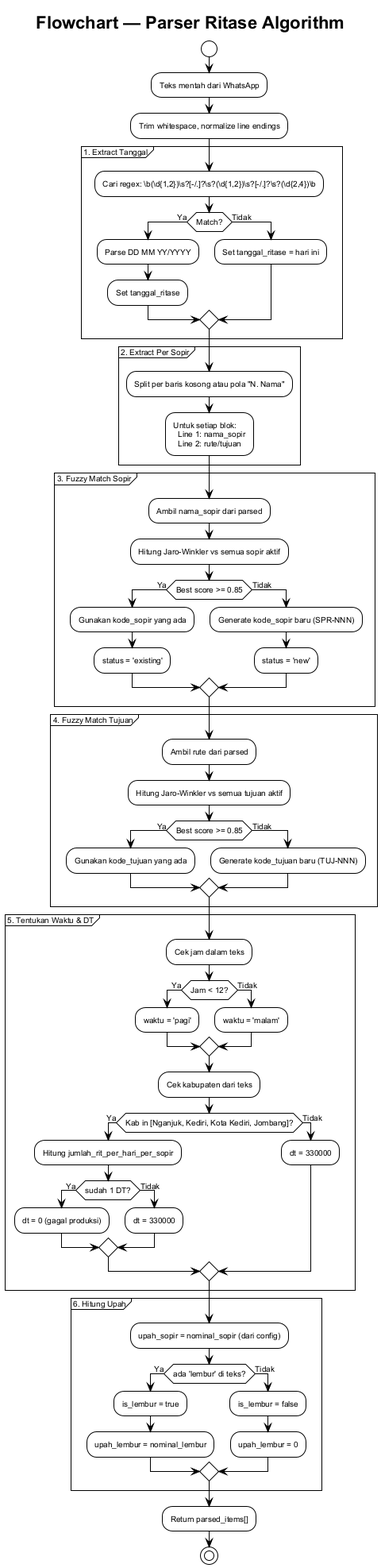
Earlier version of the PlantUML export diagrams/flowchart/flowchart-parser-ritase.png (riandafatur28/sidigas-gaji-sopir-truck). Source of this version:
```plantuml
@startuml flowchart-parser-ritase
!theme plain
skinparam backgroundColor #ffffff
skinparam defaultFontSize 10
skinparam defaultFontName Arial

title Flowchart — Parser Ritase Algorithm

start

:Teks mentah dari WhatsApp;
:Trim whitespace, normalize line endings;

partition "1. Extract Tanggal" {
  :Cari regex: \b(\d{1,2})\s?[-/.]?\s?(\d{1,2})\s?[-/.]?\s?(\d{2,4})\b;
  if (Match?) then (Ya)
    :Parse DD MM YY/YYYY;
    :Set tanggal_ritase;
  else (Tidak)
    :Set tanggal_ritase = hari ini;
  endif
}

partition "2. Extract Per Sopir" {
  :Split per baris kosong atau pola "N. Nama";
  :Untuk setiap blok:
    Line 1: nama_sopir
    Line 2: rute/tujuan;
}

partition "3. Fuzzy Match Sopir" {
  :Ambil nama_sopir dari parsed;
  :Hitung Jaro-Winkler vs semua sopir aktif;
  if (Best score >= 0.85) then (Ya)
    :Gunakan kode_sopir yang ada;
    :status = 'existing';
  else (Tidak)
    :Generate kode_sopir baru (SPR-NNN);
    :status = 'new';
  endif
}

partition "4. Fuzzy Match Tujuan" {
  :Ambil rute dari parsed;
  :Hitung Jaro-Winkler vs semua tujuan aktif;
  if (Best score >= 0.85) then (Ya)
    :Gunakan kode_tujuan yang ada;
  else (Tidak)
    :Generate kode_tujuan baru (TUJ-NNN);
  endif
}

partition "5. Tentukan Waktu & DT" {
  :Cek jam dalam teks;
  if (Jam < 12?) then (Ya)
    :waktu = 'pagi';
  else (Tidak)
    :waktu = 'malam';
  endif

  :Cek kabupaten dari teks;
  if (Kab in [Nganjuk, Kediri, Kota Kediri, Jombang]?) then (Ya)
    :Hitung jumlah_rit_per_hari_per_sopir;
    if (sudah 1 DT?) then (Ya)
      :dt = 0 (gagal produksi);
    else (Tidak)
      :dt = 330000;
    endif
  else (Tidak)
    :dt = 330000;
  endif
}

partition "6. Hitung Upah" {
  :upah_sopir = nominal_sopir (dari config);
  if (ada 'lembur' di teks?) then (Ya)
    :is_lembur = true;
    :upah_lembur = nominal_lembur;
  else (Tidak)
    :is_lembur = false;
    :upah_lembur = 0;
  endif
}

:Return parsed_items[];

stop

@enduml
```
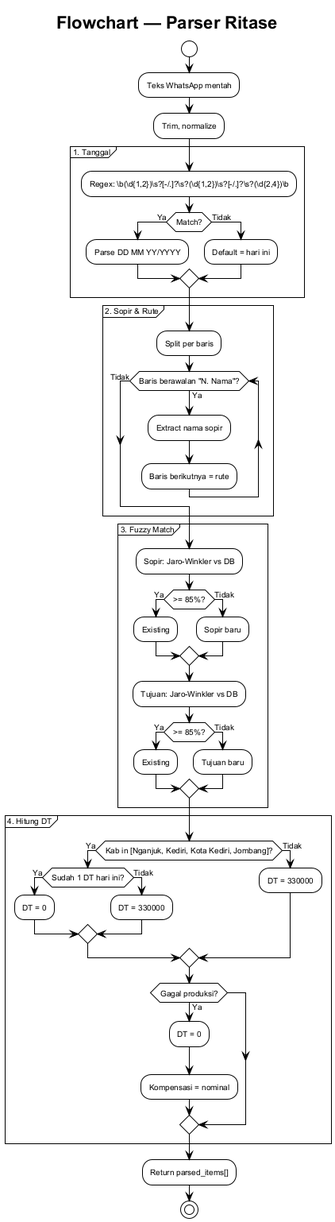
The same diagram one commit later.

Change to the diagram source:
```diff
@@ -4,86 +4,61 @@
 skinparam defaultFontSize 10
 skinparam defaultFontName Arial
 
-title Flowchart — Parser Ritase Algorithm
+title Flowchart — Parser Ritase
 
 start
+:Teks WhatsApp mentah;
+:Trim, normalize;
 
-:Teks mentah dari WhatsApp;
-:Trim whitespace, normalize line endings;
-
-partition "1. Extract Tanggal" {
-  :Cari regex: \b(\d{1,2})\s?[-/.]?\s?(\d{1,2})\s?[-/.]?\s?(\d{2,4})\b;
+partition "1. Tanggal" {
+  :Regex: \b(\d{1,2})\s?[-/.]?\s?(\d{1,2})\s?[-/.]?\s?(\d{2,4})\b;
   if (Match?) then (Ya)
     :Parse DD MM YY/YYYY;
-    :Set tanggal_ritase;
   else (Tidak)
-    :Set tanggal_ritase = hari ini;
+    :Default = hari ini;
   endif
 }
 
-partition "2. Extract Per Sopir" {
-  :Split per baris kosong atau pola "N. Nama";
-  :Untuk setiap blok:
-    Line 1: nama_sopir
-    Line 2: rute/tujuan;
+partition "2. Sopir & Rute" {
+  :Split per baris;
+  while (Baris berawalan "N. Nama"?) is (Ya)
+    :Extract nama sopir;
+    :Baris berikutnya = rute;
+  endwhile (Tidak)
 }
 
-partition "3. Fuzzy Match Sopir" {
-  :Ambil nama_sopir dari parsed;
-  :Hitung Jaro-Winkler vs semua sopir aktif;
-  if (Best score >= 0.85) then (Ya)
-    :Gunakan kode_sopir yang ada;
-    :status = 'existing';
+partition "3. Fuzzy Match" {
+  :Sopir: Jaro-Winkler vs DB;
+  if (>= 85%?) then (Ya)
+    :Existing;
   else (Tidak)
-    :Generate kode_sopir baru (SPR-NNN);
-    :status = 'new';
+    :Sopir baru;
+  endif
+  :Tujuan: Jaro-Winkler vs DB;
+  if (>= 85%?) then (Ya)
+    :Existing;
+  else (Tidak)
+    :Tujuan baru;
   endif
 }
 
-partition "4. Fuzzy Match Tujuan" {
-  :Ambil rute dari parsed;
-  :Hitung Jaro-Winkler vs semua tujuan aktif;
-  if (Best score >= 0.85) then (Ya)
-    :Gunakan kode_tujuan yang ada;
-  else (Tidak)
-    :Generate kode_tujuan baru (TUJ-NNN);
-  endif
-}
-
-partition "5. Tentukan Waktu & DT" {
-  :Cek jam dalam teks;
-  if (Jam < 12?) then (Ya)
-    :waktu = 'pagi';
-  else (Tidak)
-    :waktu = 'malam';
-  endif
-
-  :Cek kabupaten dari teks;
+partition "4. Hitung DT" {
   if (Kab in [Nganjuk, Kediri, Kota Kediri, Jombang]?) then (Ya)
-    :Hitung jumlah_rit_per_hari_per_sopir;
-    if (sudah 1 DT?) then (Ya)
-      :dt = 0 (gagal produksi);
+    if (Sudah 1 DT hari ini?) then (Ya)
+      :DT = 0;
     else (Tidak)
-      :dt = 330000;
+      :DT = 330000;
     endif
   else (Tidak)
-    :dt = 330000;
+    :DT = 330000;
   endif
-}
-
-partition "6. Hitung Upah" {
-  :upah_sopir = nominal_sopir (dari config);
-  if (ada 'lembur' di teks?) then (Ya)
-    :is_lembur = true;
-    :upah_lembur = nominal_lembur;
-  else (Tidak)
-    :is_lembur = false;
-    :upah_lembur = 0;
+  if (Gagal produksi?) then (Ya)
+    :DT = 0;
+    :Kompensasi = nominal;
   endif
 }
 
 :Return parsed_items[];
-
 stop
 
 @enduml
```
